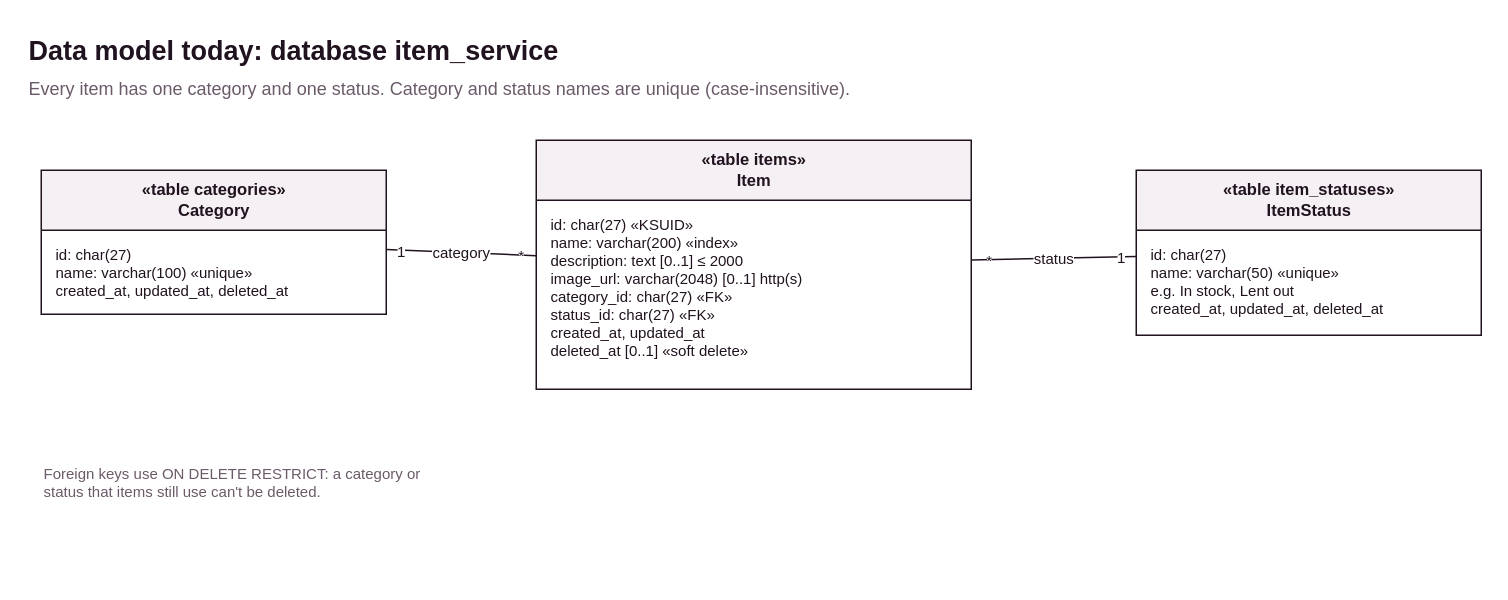
Above: page "Data model" (2 of 5) of services/item-service/docs/item-service.drawio in jochem11/inventory-manager (draw.io), before the change. Source tidied: cells renumbered, new cells numbered last; positions are measured from the earlier drawing's top-left corner, leaving out a move shared by most shapes. Both pictures are drawn from the tidied source at 150%, with x=0, y=0 at pixel (26, 26).
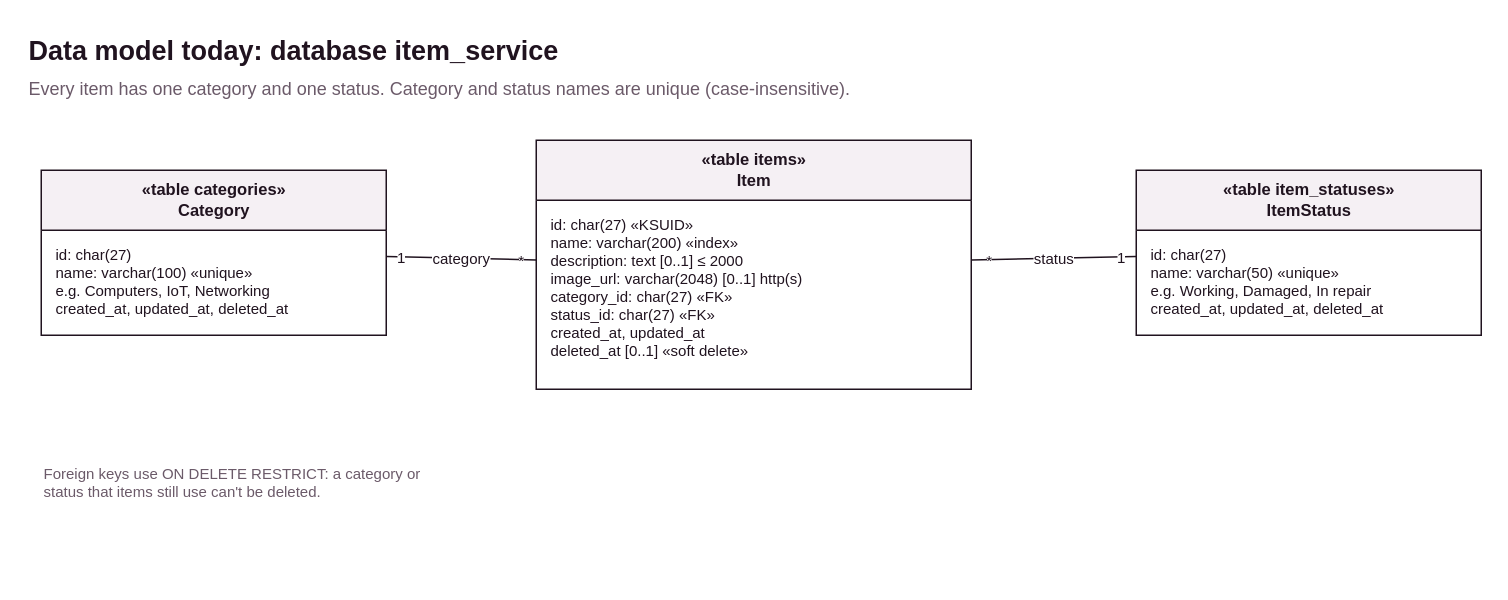
After the change.

Diff of the diagram source:
```diff
@@
 <mxGraphModel background="#ffffff">
   <root>
     <mxCell id="0" />
     <mxCell id="1" parent="0" />
     <mxCell id="2" value="«table items»&lt;br&gt;&lt;b&gt;Item&lt;/b&gt;" style="swimlane;html=1;startSize=40;fillColor=#f5f0f4;strokeColor=#20131f;fontSize=11;fontColor=#20131f;horizontal=1;swimlaneFillColor=#ffffff;fontFamily=Helvetica;" parent="1" vertex="1">
       <mxGeometry x="340" y="76" width="290" height="166" as="geometry" />
     </mxCell>
     <mxCell id="3" value="«table categories»&lt;br&gt;&lt;b&gt;Category&lt;/b&gt;" style="swimlane;html=1;startSize=40;fillColor=#f5f0f4;strokeColor=#20131f;fontSize=11;fontColor=#20131f;horizontal=1;swimlaneFillColor=#ffffff;fontFamily=Helvetica;" parent="1" vertex="1">
-      <mxGeometry x="10" y="96" width="230" height="96" as="geometry" />
+      <mxGeometry x="10" y="96" width="230" height="110" as="geometry" />
     </mxCell>
     <mxCell id="4" value="«table item_statuses»&lt;br&gt;&lt;b&gt;ItemStatus&lt;/b&gt;" style="swimlane;html=1;startSize=40;fillColor=#f5f0f4;strokeColor=#20131f;fontSize=11;fontColor=#20131f;horizontal=1;swimlaneFillColor=#ffffff;fontFamily=Helvetica;" parent="1" vertex="1">
       <mxGeometry x="740" y="96" width="230" height="110" as="geometry" />
     </mxCell>
     <mxCell id="5" value="id: char(27)  «KSUID»&lt;br&gt;name: varchar(200)  «index»&lt;br&gt;description: text  [0..1]  ≤ 2000&lt;br&gt;image_url: varchar(2048)  [0..1]  http(s)&lt;br&gt;category_id: char(27)  «FK»&lt;br&gt;status_id: char(27)  «FK»&lt;br&gt;created_at, updated_at&lt;br&gt;deleted_at  [0..1]  «soft delete»" style="text;html=1;align=left;verticalAlign=top;spacingLeft=8;spacingTop=4;fontSize=10;fontColor=#20131f;whiteSpace=wrap;fontFamily=Helvetica;" parent="2" vertex="1">
       <mxGeometry y="40" width="290" height="126" as="geometry" />
     </mxCell>
-    <mxCell id="6" value="id: char(27)&lt;br&gt;name: varchar(100)  «unique»&lt;br&gt;created_at, updated_at, deleted_at" style="text;html=1;align=left;verticalAlign=top;spacingLeft=8;spacingTop=4;fontSize=10;fontColor=#20131f;whiteSpace=wrap;fontFamily=Helvetica;" parent="3" vertex="1">
-      <mxGeometry y="40" width="230" height="56" as="geometry" />
+    <mxCell id="6" value="id: char(27)&lt;br&gt;name: varchar(100)  «unique»&lt;br&gt;e.g. Computers, IoT, Networking&lt;br&gt;created_at, updated_at, deleted_at" style="text;html=1;align=left;verticalAlign=top;spacingLeft=8;spacingTop=4;fontSize=10;fontColor=#20131f;whiteSpace=wrap;fontFamily=Helvetica;" parent="3" vertex="1">
+      <mxGeometry y="40" width="230" height="70" as="geometry" />
     </mxCell>
-    <mxCell id="7" value="id: char(27)&lt;br&gt;name: varchar(50)  «unique»&lt;br&gt;e.g. In stock, Lent out&lt;br&gt;created_at, updated_at, deleted_at" style="text;html=1;align=left;verticalAlign=top;spacingLeft=8;spacingTop=4;fontSize=10;fontColor=#20131f;whiteSpace=wrap;fontFamily=Helvetica;" parent="4" vertex="1">
+    <mxCell id="7" value="id: char(27)&lt;br&gt;name: varchar(50)  «unique»&lt;br&gt;e.g. Working, Damaged, In repair&lt;br&gt;created_at, updated_at, deleted_at" style="text;html=1;align=left;verticalAlign=top;spacingLeft=8;spacingTop=4;fontSize=10;fontColor=#20131f;whiteSpace=wrap;fontFamily=Helvetica;" parent="4" vertex="1">
       <mxGeometry y="40" width="230" height="70" as="geometry" />
     </mxCell>
     <mxCell id="8" value="category" style="html=1;rounded=0;endArrow=none;fontSize=10;strokeColor=#20131f;fontColor=#20131f;labelBackgroundColor=#ffffff;fontFamily=Helvetica;" parent="1" edge="1" source="3" target="2">
       <mxGeometry relative="1" as="geometry" />
     </mxCell>
     <mxCell id="9" value="status" style="html=1;rounded=0;endArrow=none;fontSize=10;strokeColor=#20131f;fontColor=#20131f;labelBackgroundColor=#ffffff;fontFamily=Helvetica;" parent="1" edge="1" source="4" target="2">
       <mxGeometry relative="1" as="geometry" />
     </mxCell>
     <mxCell id="10" value="&lt;b&gt;Data model today: database item_service&lt;/b&gt;" style="text;html=1;whiteSpace=wrap;align=left;verticalAlign=top;fontSize=18;fontColor=#20131f;fontFamily=Helvetica;" parent="1" vertex="1">
       <mxGeometry width="444" height="26" as="geometry" />
     </mxCell>
     <mxCell id="11" value="Every item has one category and one status. Category and status names are unique (case-insensitive)." style="text;html=1;whiteSpace=wrap;align=left;verticalAlign=top;fontSize=12;fontColor=#6b5a69;fontFamily=Helvetica;" parent="1" vertex="1">
       <mxGeometry y="28" width="712" height="20" as="geometry" />
     </mxCell>
     <mxCell id="12" value="1" style="edgeLabel;html=1;align=center;verticalAlign=middle;fontSize=10;fontColor=#20131f;labelBackgroundColor=#ffffff;fontFamily=Helvetica;" parent="8" vertex="1">
       <mxGeometry x="-0.8" relative="1" as="geometry" />
     </mxCell>
     <mxCell id="13" value="*" style="edgeLabel;html=1;align=center;verticalAlign=middle;fontSize=10;fontColor=#20131f;labelBackgroundColor=#ffffff;fontFamily=Helvetica;" parent="8" vertex="1">
       <mxGeometry x="0.8" relative="1" as="geometry" />
     </mxCell>
     <mxCell id="14" value="1" style="edgeLabel;html=1;align=center;verticalAlign=middle;fontSize=10;fontColor=#20131f;labelBackgroundColor=#ffffff;fontFamily=Helvetica;" parent="9" vertex="1">
       <mxGeometry x="-0.8" relative="1" as="geometry" />
     </mxCell>
     <mxCell id="15" value="*" style="edgeLabel;html=1;align=center;verticalAlign=middle;fontSize=10;fontColor=#20131f;labelBackgroundColor=#ffffff;fontFamily=Helvetica;" parent="9" vertex="1">
       <mxGeometry x="0.8" relative="1" as="geometry" />
     </mxCell>
     <mxCell id="16" value="Foreign keys use ON DELETE RESTRICT: a category or status that items still use can't be deleted." style="text;html=1;whiteSpace=wrap;align=left;verticalAlign=top;fontSize=10;fontColor=#6b5a69;fontFamily=Helvetica;" parent="1" vertex="1">
       <mxGeometry x="10" y="286" width="260" height="80" as="geometry" />
     </mxCell>
   </root>
 </mxGraphModel>
```
